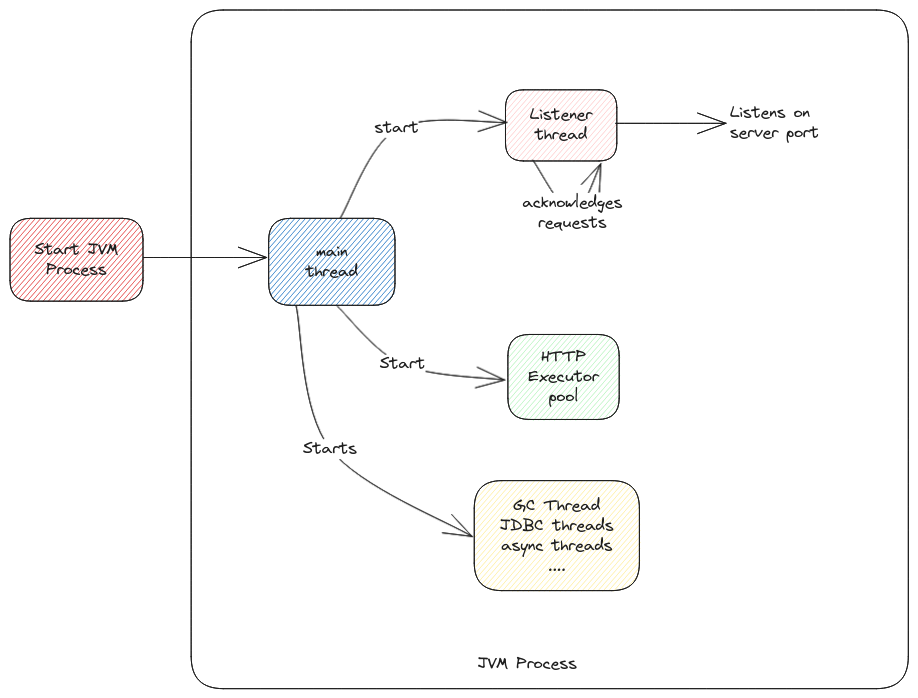
Before: static/img/java-listener-thread.excalidraw.png, a diagram exported from Excalidraw (swaroopar/inprogress-engineer). Source tidied: one line per element, renumbered; positions are measured from the earlier drawing's top-left corner, leaving out a move shared by most shapes.
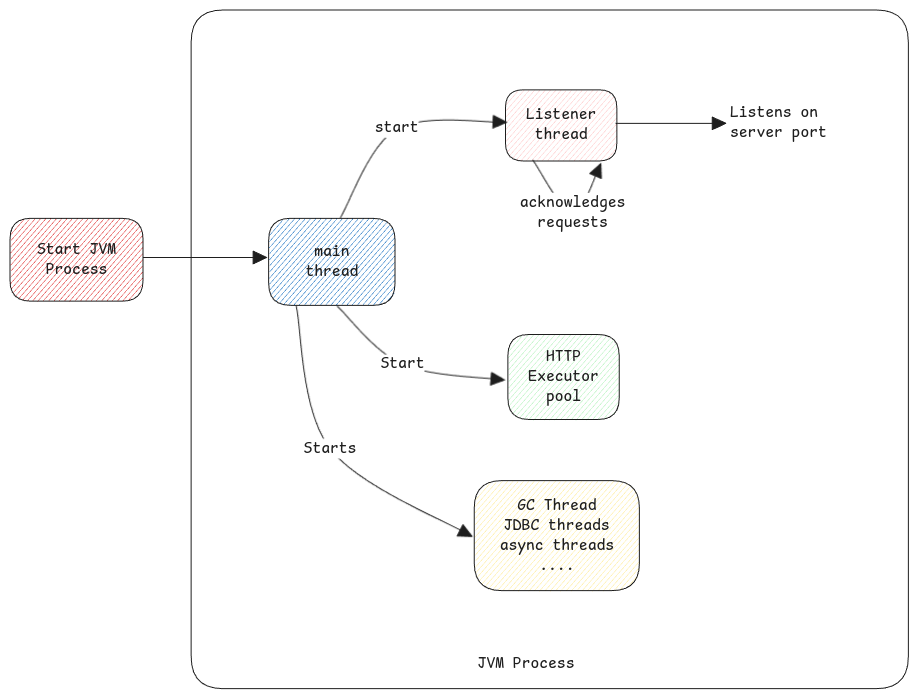
The same diagram one commit later.

Change to the diagram source:
```diff
@@ -1,23 +1,23 @@
 {"id": 0, "type": "rectangle", "strokeColor": "#1e1e1e", "backgroundColor": "#1971c2", "fillStyle": "hachure", "strokeWidth": 1, "roughness": 0, "round": true, "x": 259, "y": 208, "width": 126, "height": 87}
-{"id": 1, "type": "text", "text": "main\nthread", "strokeColor": "#1e1e1e", "strokeWidth": 2, "roughness": 1, "fontSize": 16, "fontFamily": 1, "textAlign": "center", "verticalAlign": "middle", "inside": 0, "x": 296, "y": 232, "width": 52, "height": 40}
+{"id": 1, "type": "text", "text": "main\nthread", "strokeColor": "#1e1e1e", "strokeWidth": 2, "roughness": 1, "fontSize": 16, "fontFamily": 8, "textAlign": "center", "verticalAlign": "middle", "inside": 0, "x": 295, "y": 232, "width": 53, "height": 40}
 {"id": 2, "type": "rectangle", "strokeColor": "#1e1e1e", "backgroundColor": "#ffc9c9", "fillStyle": "hachure", "strokeWidth": 1, "roughness": 0, "round": true, "x": 495, "y": 80, "width": 111, "height": 71}
-{"id": 3, "type": "text", "text": "Listener\nthread", "strokeColor": "#1e1e1e", "strokeWidth": 2, "roughness": 1, "fontSize": 16, "fontFamily": 1, "textAlign": "center", "verticalAlign": "middle", "inside": 2, "x": 520, "y": 95, "width": 63, "height": 40}
+{"id": 3, "type": "text", "text": "Listener\nthread", "strokeColor": "#1e1e1e", "strokeWidth": 2, "roughness": 1, "fontSize": 16, "fontFamily": 8, "textAlign": "center", "verticalAlign": "middle", "inside": 2, "x": 516, "y": 95, "width": 70, "height": 40}
 {"id": 4, "type": "rectangle", "strokeColor": "#1e1e1e", "backgroundColor": "#b2f2bb", "fillStyle": "hachure", "strokeWidth": 1, "roughness": 0, "round": true, "x": 498, "y": 324, "width": 111, "height": 85}
-{"id": 5, "type": "text", "text": "HTTP\nExecutor\npool", "strokeColor": "#1e1e1e", "strokeWidth": 2, "roughness": 1, "fontSize": 16, "fontFamily": 1, "textAlign": "center", "verticalAlign": "middle", "inside": 4, "x": 518, "y": 337, "width": 70, "height": 60}
+{"id": 5, "type": "text", "text": "HTTP\nExecutor\npool", "strokeColor": "#1e1e1e", "strokeWidth": 2, "roughness": 1, "fontSize": 16, "fontFamily": 8, "textAlign": "center", "verticalAlign": "middle", "inside": 4, "x": 518, "y": 337, "width": 70, "height": 60}
-{"id": 6, "type": "arrow", "strokeColor": "#1e1e1e", "strokeWidth": 1, "roughness": 0, "endArrowhead": "arrow", "round": true, "from": 0, "x": 330, "y": 207, "width": 166, "height": 96, "points": [[0, 0], [56, -89], [166, -96]]}
+{"id": 6, "type": "arrow", "strokeColor": "#1e1e1e", "strokeWidth": 1, "roughness": 0, "endArrowhead": "triangle", "round": true, "from": 0, "x": 330, "y": 207, "width": 166, "height": 96, "points": [[0, 0], [56, -89], [166, -96]]}
-{"id": 7, "type": "text", "text": "start", "strokeColor": "#1e1e1e", "strokeWidth": 2, "roughness": 1, "fontSize": 16, "fontFamily": 1, "textAlign": "center", "verticalAlign": "middle", "inside": 6, "x": 365, "y": 108, "width": 44, "height": 20}
+{"id": 7, "type": "text", "text": "start", "strokeColor": "#1e1e1e", "strokeWidth": 2, "roughness": 1, "fontSize": 16, "fontFamily": 8, "textAlign": "center", "verticalAlign": "middle", "inside": 6, "x": 365, "y": 108, "width": 44, "height": 20}
-{"id": 8, "type": "arrow", "strokeColor": "#1e1e1e", "strokeWidth": 1, "roughness": 0, "endArrowhead": "arrow", "round": true, "from": 0, "to": 4, "x": 327, "y": 296, "width": 167, "height": 74, "points": [[0, 0], [65, 58], [167, 74]]}
+{"id": 8, "type": "arrow", "strokeColor": "#1e1e1e", "strokeWidth": 1, "roughness": 0, "endArrowhead": "triangle", "round": true, "from": 0, "to": 4, "x": 327, "y": 296, "width": 167, "height": 74, "points": [[0, 0], [65, 58], [167, 74]]}
-{"id": 9, "type": "text", "text": "Start", "strokeColor": "#1e1e1e", "strokeWidth": 2, "roughness": 1, "fontSize": 16, "fontFamily": 1, "textAlign": "center", "verticalAlign": "middle", "inside": 8, "x": 370, "y": 344, "width": 45, "height": 20}
+{"id": 9, "type": "text", "text": "Start", "strokeColor": "#1e1e1e", "strokeWidth": 2, "roughness": 1, "fontSize": 16, "fontFamily": 8, "textAlign": "center", "verticalAlign": "middle", "inside": 8, "x": 370, "y": 344, "width": 44, "height": 20}
-{"id": 10, "type": "arrow", "strokeColor": "#1e1e1e", "strokeWidth": 1, "roughness": 0, "endArrowhead": "arrow", "round": true, "to": 11, "x": 606, "y": 113, "width": 110, "height": 0, "points": [[0, 0], [110, 0]]}
+{"id": 10, "type": "arrow", "strokeColor": "#1e1e1e", "strokeWidth": 1, "roughness": 0, "endArrowhead": "triangle", "round": true, "to": 11, "x": 606, "y": 113, "width": 110, "height": 0, "points": [[0, 0], [110, 0]]}
-{"id": 11, "type": "text", "text": "Listens on \nserver port", "strokeColor": "#1e1e1e", "strokeWidth": 1, "roughness": 0, "fontSize": 16, "fontFamily": 1, "x": 720, "y": 93, "width": 89, "height": 40}
+{"id": 11, "type": "text", "text": "Listens on \nserver port", "strokeColor": "#1e1e1e", "strokeWidth": 1, "roughness": 0, "fontSize": 16, "fontFamily": 8, "x": 720, "y": 93, "width": 97, "height": 40}
-{"id": 12, "type": "arrow", "strokeColor": "#1e1e1e", "strokeWidth": 1, "roughness": 0, "endArrowhead": "arrow", "round": true, "to": 2, "x": 523, "y": 150, "width": 68, "height": 53, "points": [[0, 0], [40, 53], [68, 3]]}
+{"id": 12, "type": "arrow", "strokeColor": "#1e1e1e", "strokeWidth": 1, "roughness": 0, "endArrowhead": "triangle", "round": true, "to": 2, "x": 523, "y": 150, "width": 68, "height": 53, "points": [[0, 0], [40, 53], [68, 3]]}
-{"id": 13, "type": "text", "text": "acknowledges\nrequests", "strokeColor": "#1e1e1e", "strokeWidth": 2, "roughness": 1, "fontSize": 16, "fontFamily": 1, "textAlign": "center", "verticalAlign": "middle", "inside": 12, "x": 512, "y": 183, "width": 100, "height": 40}
+{"id": 13, "type": "text", "text": "acknowledges\nrequests", "strokeColor": "#1e1e1e", "strokeWidth": 2, "roughness": 1, "fontSize": 16, "fontFamily": 8, "textAlign": "center", "verticalAlign": "middle", "inside": 12, "x": 510, "y": 183, "width": 106, "height": 40}
-{"id": 14, "type": "arrow", "strokeColor": "#1e1e1e", "strokeWidth": 1, "roughness": 0, "endArrowhead": "arrow", "round": true, "from": 0, "to": 16, "x": 286, "y": 296, "width": 176, "height": 231, "points": [[0, 0], [34, 143], [176, 231]]}
+{"id": 14, "type": "arrow", "strokeColor": "#1e1e1e", "strokeWidth": 1, "roughness": 0, "endArrowhead": "triangle", "round": true, "from": 0, "to": 16, "x": 286, "y": 296, "width": 176, "height": 231, "points": [[0, 0], [34, 143], [176, 231]]}
-{"id": 15, "type": "text", "text": "Starts", "strokeColor": "#1e1e1e", "strokeWidth": 2, "roughness": 1, "fontSize": 16, "fontFamily": 1, "textAlign": "center", "verticalAlign": "middle", "inside": 14, "x": 293, "y": 429, "width": 54, "height": 20}
+{"id": 15, "type": "text", "text": "Starts", "strokeColor": "#1e1e1e", "strokeWidth": 2, "roughness": 1, "fontSize": 16, "fontFamily": 8, "textAlign": "center", "verticalAlign": "middle", "inside": 14, "x": 294, "y": 429, "width": 53, "height": 20}
 {"id": 16, "type": "rectangle", "strokeColor": "#1e1e1e", "backgroundColor": "#ffec99", "fillStyle": "hachure", "strokeWidth": 1, "roughness": 0, "round": true, "x": 464, "y": 471, "width": 165, "height": 110}
-{"id": 17, "type": "text", "text": "GC Thread\nJDBC threads\nasync threads\n....", "strokeColor": "#1e1e1e", "strokeWidth": 2, "roughness": 1, "fontSize": 16, "fontFamily": 1, "textAlign": "center", "verticalAlign": "middle", "inside": 16, "x": 490, "y": 486, "width": 114, "height": 80}
+{"id": 17, "type": "text", "text": "GC Thread\nJDBC threads\nasync threads\n....", "strokeColor": "#1e1e1e", "strokeWidth": 2, "roughness": 1, "fontSize": 16, "fontFamily": 8, "textAlign": "center", "verticalAlign": "middle", "inside": 16, "x": 490, "y": 486, "width": 114, "height": 80}
 {"id": 18, "type": "rectangle", "strokeColor": "#1e1e1e", "backgroundColor": "#e03131", "fillStyle": "hachure", "strokeWidth": 1, "roughness": 0, "round": true, "x": 0, "y": 208, "width": 133, "height": 83}
-{"id": 19, "type": "text", "text": "Start JVM\nProcess", "strokeColor": "#1e1e1e", "strokeWidth": 2, "roughness": 1, "fontSize": 16, "fontFamily": 1, "textAlign": "center", "verticalAlign": "middle", "inside": 18, "x": 24, "y": 230, "width": 84, "height": 40}
+{"id": 19, "type": "text", "text": "Start JVM\nProcess", "strokeColor": "#1e1e1e", "strokeWidth": 2, "roughness": 1, "fontSize": 16, "fontFamily": 8, "textAlign": "center", "verticalAlign": "middle", "inside": 18, "x": 27, "y": 230, "width": 79, "height": 40}
-{"id": 20, "type": "arrow", "strokeColor": "#1e1e1e", "strokeWidth": 1, "roughness": 0, "endArrowhead": "arrow", "round": true, "x": 134, "y": 247, "width": 123, "height": 0, "points": [[0, 0], [123, 0]]}
+{"id": 20, "type": "arrow", "strokeColor": "#1e1e1e", "strokeWidth": 1, "roughness": 0, "endArrowhead": "triangle", "round": true, "x": 134, "y": 247, "width": 123, "height": 0, "points": [[0, 0], [123, 0]]}
 {"id": 21, "type": "rectangle", "strokeColor": "#1e1e1e", "strokeWidth": 1, "roughness": 0, "round": true, "x": 181, "y": 0, "width": 717, "height": 679}
-{"id": 22, "type": "text", "text": "JVM Process", "strokeColor": "#1e1e1e", "strokeWidth": 1, "roughness": 0, "fontSize": 16, "fontFamily": 1, "x": 468, "y": 644, "width": 99, "height": 20}
+{"id": 22, "type": "text", "text": "JVM Process", "strokeColor": "#1e1e1e", "strokeWidth": 1, "roughness": 0, "fontSize": 16, "fontFamily": 8, "x": 468, "y": 644, "width": 97, "height": 20}
```
